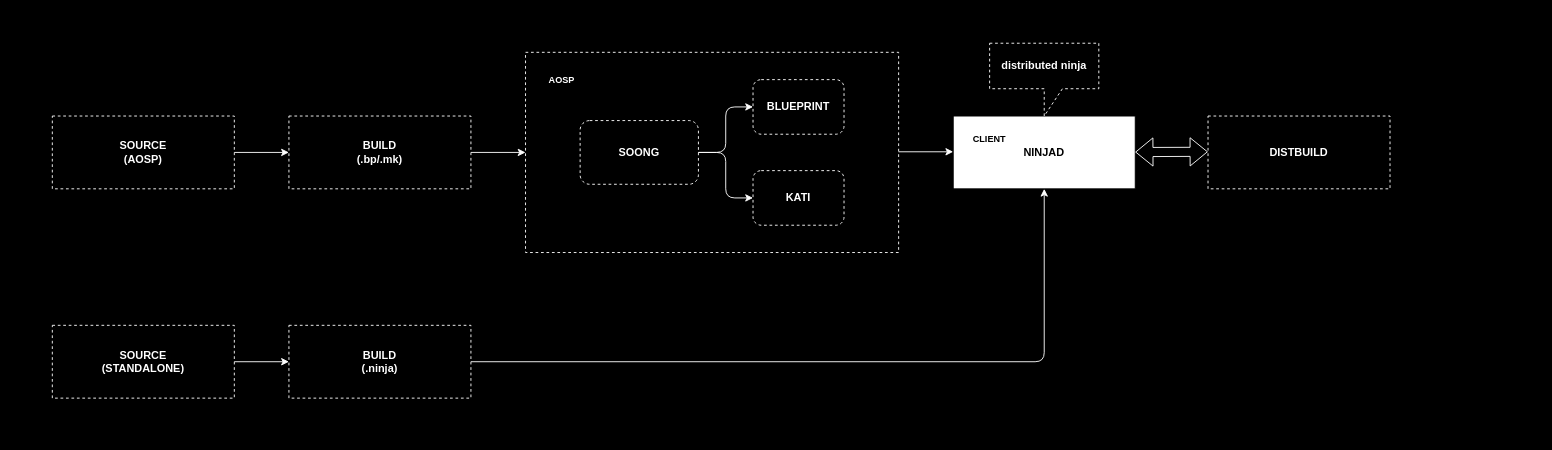
Before: static/client.drawio in distbuild/distbuild.github.io, a draw.io diagram. Source tidied: cells renumbered, new cells numbered last; positions are measured from the earlier drawing's top-left corner, leaving out a move shared by most shapes. Both pictures are drawn from the tidied source at 91%, with x=0, y=0 at pixel (15, 15).
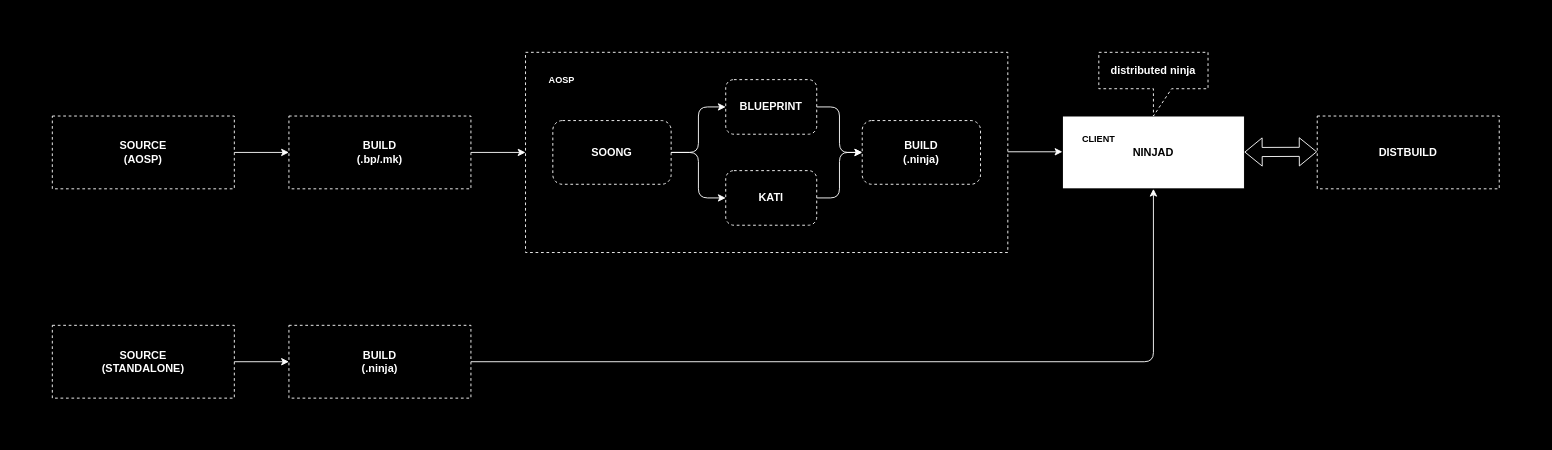
After the change.

The edit, as a diff of the source:
```diff
@@
     <mxCell id="2" style="rounded=0;whiteSpace=wrap;html=1;fillColor=#000000;" parent="1" vertex="1">
-      <mxGeometry width="1550" height="460" as="geometry" />
+      <mxGeometry width="1670" height="460" as="geometry" />
     </mxCell>
@@
     <mxCell id="6" style="rounded=0;whiteSpace=wrap;html=1;strokeColor=#FFFFFF;fillColor=#000000;dashed=1;" parent="1" vertex="1">
-      <mxGeometry x="560" y="40" width="410" height="220" as="geometry" />
+      <mxGeometry x="560" y="40" width="530" height="220" as="geometry" />
     </mxCell>
     <mxCell id="7" value="&lt;b&gt;SOONG&lt;/b&gt;" style="rounded=1;whiteSpace=wrap;html=1;fontColor=#FFFFFF;strokeColor=#FFFFFF;fillColor=#000000;dashed=1;" parent="1" vertex="1">
-      <mxGeometry x="620" y="115" width="130" height="70" as="geometry" />
+      <mxGeometry x="590" y="115" width="130" height="70" as="geometry" />
     </mxCell>
     <mxCell id="8" value="&lt;b&gt;BLUEPRINT&lt;/b&gt;" style="rounded=1;whiteSpace=wrap;html=1;fillColor=#000000;strokeColor=#FFFFFF;fontColor=#FFFFFF;dashed=1;" parent="1" vertex="1">
-      <mxGeometry x="810" y="70" width="100" height="60" as="geometry" />
+      <mxGeometry x="780" y="70" width="100" height="60" as="geometry" />
     </mxCell>
@@
     <mxCell id="14" value="&lt;b&gt;KATI&lt;/b&gt;" style="rounded=1;whiteSpace=wrap;html=1;fontColor=#FFFFFF;fillColor=#000000;strokeColor=#FFFFFF;dashed=1;" parent="1" vertex="1">
-      <mxGeometry x="810" y="170" width="100" height="60" as="geometry" />
+      <mxGeometry x="780" y="170" width="100" height="60" as="geometry" />
     </mxCell>
@@
     <mxCell id="17" style="endArrow=classic;html=1;exitX=1;exitY=0.5;exitDx=0;exitDy=0;entryX=0;entryY=0.5;entryDx=0;entryDy=0;strokeColor=#FFFFFF;" parent="1" edge="1">
       <mxGeometry relative="1" as="geometry">
-        <mxPoint x="970" y="149.3" as="sourcePoint" />
-        <mxPoint x="1030" y="149.3" as="targetPoint" />
+        <mxPoint x="1090" y="149.3" as="sourcePoint" />
+        <mxPoint x="1150" y="149.3" as="targetPoint" />
       </mxGeometry>
     </mxCell>
@@
     <mxCell id="20" value="&lt;b&gt;NINJAD&lt;/b&gt;" style="rounded=0;whiteSpace=wrap;html=1;fontColor=#000000;fillColor=#FFFFFF;strokeColor=#000000;" parent="1" vertex="1">
-      <mxGeometry x="1030" y="110" width="200" height="80" as="geometry" />
+      <mxGeometry x="1150" y="110" width="200" height="80" as="geometry" />
     </mxCell>
     <mxCell id="21" value="&lt;b&gt;DISTBUILD&lt;/b&gt;" style="rounded=0;whiteSpace=wrap;html=1;dashed=1;strokeColor=#FFFFFF;fillColor=#000000;fontColor=#FFFFFF;" parent="1" vertex="1">
-      <mxGeometry x="1310" y="110" width="200" height="80" as="geometry" />
+      <mxGeometry x="1430" y="110" width="200" height="80" as="geometry" />
     </mxCell>
     <mxCell id="22" style="shape=flexArrow;endArrow=classic;startArrow=classic;html=1;exitX=1;exitY=0.5;exitDx=0;exitDy=0;entryX=-0.001;entryY=0.439;entryDx=0;entryDy=0;entryPerimeter=0;strokeColor=#FFFFFF;" parent="1" edge="1">
       <mxGeometry relative="1" as="geometry">
-        <mxPoint x="1230" y="149.6" as="sourcePoint" />
-        <mxPoint x="1309.8" y="149.3" as="targetPoint" />
+        <mxPoint x="1350" y="149.6" as="sourcePoint" />
+        <mxPoint x="1429.8" y="149.3" as="targetPoint" />
       </mxGeometry>
     </mxCell>
     <mxCell id="23" value="&lt;b&gt;distributed ninja&lt;/b&gt;" style="shape=callout;whiteSpace=wrap;html=1;perimeter=calloutPerimeter;dashed=1;strokeColor=#FFFFFF;fillColor=#000000;fontColor=#FFFFFF;" parent="1" vertex="1">
-      <mxGeometry x="1070" y="30" width="120" height="80" as="geometry" />
+      <mxGeometry x="1190" y="40" width="120" height="70" as="geometry" />
     </mxCell>
     <mxCell id="24" value="&lt;b&gt;&lt;font style=&quot;font-size: 10px&quot;&gt;CLIENT&lt;/font&gt;&lt;/b&gt;" style="text;html=1;strokeColor=none;fillColor=none;align=center;verticalAlign=middle;whiteSpace=wrap;rounded=0;fontColor=#000000;" parent="1" vertex="1">
-      <mxGeometry x="1040" y="120" width="60" height="30" as="geometry" />
+      <mxGeometry x="1160" y="120" width="60" height="30" as="geometry" />
     </mxCell>
+    <mxCell id="25" value="&lt;b&gt;BUILD&lt;br&gt;(.ninja)&lt;/b&gt;" style="rounded=1;whiteSpace=wrap;html=1;fontColor=#FFFFFF;strokeColor=#FFFFFF;fillColor=#000000;dashed=1;" parent="1" vertex="1">
+      <mxGeometry x="930" y="115" width="130" height="70" as="geometry" />
+    </mxCell>
+    <mxCell id="26" style="edgeStyle=elbowEdgeStyle;elbow=horizontal;endArrow=classic;html=1;exitX=1;exitY=0.5;exitDx=0;exitDy=0;entryX=0;entryY=0.5;entryDx=0;entryDy=0;strokeColor=#FFFFFF;" parent="1" edge="1" source="8" target="25">
+      <mxGeometry relative="1" as="geometry" />
+    </mxCell>
+    <mxCell id="27" style="edgeStyle=elbowEdgeStyle;elbow=horizontal;endArrow=classic;html=1;exitX=1;exitY=0.5;exitDx=0;exitDy=0;entryX=0;entryY=0.5;entryDx=0;entryDy=0;strokeColor=#FFFFFF;" parent="1" edge="1" source="14" target="25">
+      <mxGeometry relative="1" as="geometry" />
+    </mxCell>
```
